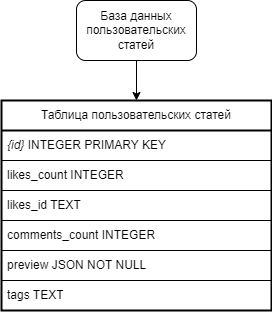
Earlier version of the draw.io export server/doc/source/images/articles.drawio.png (abnormalize0/DailyTeleFrog). Source tidied: cells renumbered, new cells last; positions are measured from the earlier drawing's top-left corner, leaving out a move shared by most shapes. Its diagram source:
```xml
<mxGraphModel>
  <root>
    <mxCell id="0" />
    <mxCell id="1" parent="0" />
    <mxCell id="2" style="edgeStyle=orthogonalEdgeStyle;rounded=0;jettySize=auto;html=1;exitX=0.5;exitY=1;exitDx=0;exitDy=0;entryX=0.5;entryY=0;entryDx=0;entryDy=0;" parent="1" edge="1" source="3" target="4">
      <mxGeometry relative="1" as="geometry" />
    </mxCell>
    <mxCell id="3" value="База данных пользовательских статей" style="rounded=1;whiteSpace=wrap;html=1;" parent="1" vertex="1">
      <mxGeometry x="75" width="120" height="60" as="geometry" />
    </mxCell>
    <mxCell id="4" value="Таблица пользовательских статей" style="swimlane;fontStyle=0;horizontal=1;startSize=30;whiteSpace=wrap;html=1;swimlaneLine=1;glass=0;strokeWidth=2;" parent="1" vertex="1">
      <mxGeometry y="100" width="270" height="210" as="geometry" />
    </mxCell>
    <mxCell id="5" value="&lt;i&gt;{id}&lt;/i&gt; INTEGER PRIMARY KEY" style="text;strokeColor=default;fillColor=none;align=left;verticalAlign=middle;spacingLeft=4;spacingRight=4;overflow=hidden;whiteSpace=wrap;html=1;labelBorderColor=none;" parent="4" vertex="1">
      <mxGeometry y="30" width="270" height="30" as="geometry" />
    </mxCell>
    <mxCell id="6" value="likes_count INTEGER" style="text;strokeColor=default;fillColor=none;align=left;verticalAlign=middle;spacingLeft=4;spacingRight=4;overflow=hidden;whiteSpace=wrap;html=1;" parent="4" vertex="1">
      <mxGeometry y="60" width="270" height="30" as="geometry" />
    </mxCell>
    <mxCell id="7" value="likes_id TEXT" style="text;strokeColor=default;fillColor=none;align=left;verticalAlign=middle;spacingLeft=4;spacingRight=4;overflow=hidden;whiteSpace=wrap;html=1;" parent="4" vertex="1">
      <mxGeometry y="90" width="270" height="30" as="geometry" />
    </mxCell>
    <mxCell id="8" value="comments_count INTEGER" style="text;strokeColor=default;fillColor=none;align=left;verticalAlign=middle;spacingLeft=4;spacingRight=4;overflow=hidden;whiteSpace=wrap;html=1;" parent="4" vertex="1">
      <mxGeometry y="120" width="270" height="30" as="geometry" />
    </mxCell>
    <mxCell id="9" value="preview JSON NOT NULL" style="text;strokeColor=default;fillColor=none;align=left;verticalAlign=middle;spacingLeft=4;spacingRight=4;overflow=hidden;whiteSpace=wrap;html=1;" parent="4" vertex="1">
      <mxGeometry y="150" width="270" height="30" as="geometry" />
    </mxCell>
    <mxCell id="10" value="tags TEXT" style="text;strokeColor=default;fillColor=none;align=left;verticalAlign=middle;spacingLeft=4;spacingRight=4;overflow=hidden;whiteSpace=wrap;html=1;" parent="4" vertex="1">
      <mxGeometry y="180" width="270" height="30" as="geometry" />
    </mxCell>
  </root>
</mxGraphModel>
```
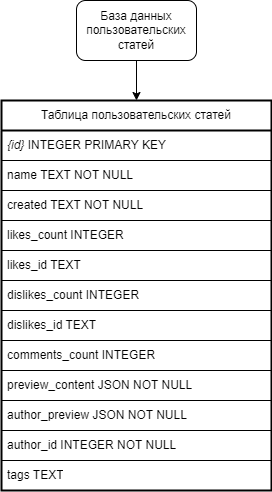
The same file after the commit.

Diff of the diagram source:
```diff
@@ -9,25 +9,43 @@
       <mxGeometry x="75" width="120" height="60" as="geometry" />
     </mxCell>
     <mxCell id="4" value="Таблица пользовательских статей" style="swimlane;fontStyle=0;horizontal=1;startSize=30;whiteSpace=wrap;html=1;swimlaneLine=1;glass=0;strokeWidth=2;" parent="1" vertex="1">
-      <mxGeometry y="100" width="270" height="210" as="geometry" />
+      <mxGeometry y="100" width="270" height="390" as="geometry" />
     </mxCell>
     <mxCell id="5" value="&lt;i&gt;{id}&lt;/i&gt; INTEGER PRIMARY KEY" style="text;strokeColor=default;fillColor=none;align=left;verticalAlign=middle;spacingLeft=4;spacingRight=4;overflow=hidden;whiteSpace=wrap;html=1;labelBorderColor=none;" parent="4" vertex="1">
       <mxGeometry y="30" width="270" height="30" as="geometry" />
     </mxCell>
-    <mxCell id="6" value="likes_count INTEGER" style="text;strokeColor=default;fillColor=none;align=left;verticalAlign=middle;spacingLeft=4;spacingRight=4;overflow=hidden;whiteSpace=wrap;html=1;" parent="4" vertex="1">
+    <mxCell id="6" value="name TEXT NOT NULL" style="text;strokeColor=default;fillColor=none;align=left;verticalAlign=middle;spacingLeft=4;spacingRight=4;overflow=hidden;whiteSpace=wrap;html=1;" parent="4" vertex="1">
       <mxGeometry y="60" width="270" height="30" as="geometry" />
     </mxCell>
-    <mxCell id="7" value="likes_id TEXT" style="text;strokeColor=default;fillColor=none;align=left;verticalAlign=middle;spacingLeft=4;spacingRight=4;overflow=hidden;whiteSpace=wrap;html=1;" parent="4" vertex="1">
+    <mxCell id="7" value="created TEXT NOT NULL" style="text;strokeColor=default;fillColor=none;align=left;verticalAlign=middle;spacingLeft=4;spacingRight=4;overflow=hidden;whiteSpace=wrap;html=1;" parent="4" vertex="1">
       <mxGeometry y="90" width="270" height="30" as="geometry" />
     </mxCell>
-    <mxCell id="8" value="comments_count INTEGER" style="text;strokeColor=default;fillColor=none;align=left;verticalAlign=middle;spacingLeft=4;spacingRight=4;overflow=hidden;whiteSpace=wrap;html=1;" parent="4" vertex="1">
+    <mxCell id="8" value="likes_count INTEGER" style="text;strokeColor=default;fillColor=none;align=left;verticalAlign=middle;spacingLeft=4;spacingRight=4;overflow=hidden;whiteSpace=wrap;html=1;" parent="4" vertex="1">
       <mxGeometry y="120" width="270" height="30" as="geometry" />
     </mxCell>
-    <mxCell id="9" value="preview JSON NOT NULL" style="text;strokeColor=default;fillColor=none;align=left;verticalAlign=middle;spacingLeft=4;spacingRight=4;overflow=hidden;whiteSpace=wrap;html=1;" parent="4" vertex="1">
+    <mxCell id="9" value="likes_id TEXT" style="text;strokeColor=default;fillColor=none;align=left;verticalAlign=middle;spacingLeft=4;spacingRight=4;overflow=hidden;whiteSpace=wrap;html=1;" parent="4" vertex="1">
       <mxGeometry y="150" width="270" height="30" as="geometry" />
     </mxCell>
-    <mxCell id="10" value="tags TEXT" style="text;strokeColor=default;fillColor=none;align=left;verticalAlign=middle;spacingLeft=4;spacingRight=4;overflow=hidden;whiteSpace=wrap;html=1;" parent="4" vertex="1">
+    <mxCell id="10" value="dislikes_count INTEGER" style="text;strokeColor=default;fillColor=none;align=left;verticalAlign=middle;spacingLeft=4;spacingRight=4;overflow=hidden;whiteSpace=wrap;html=1;" parent="4" vertex="1">
       <mxGeometry y="180" width="270" height="30" as="geometry" />
     </mxCell>
+    <mxCell id="11" value="dislikes_id TEXT" style="text;strokeColor=default;fillColor=none;align=left;verticalAlign=middle;spacingLeft=4;spacingRight=4;overflow=hidden;whiteSpace=wrap;html=1;" parent="4" vertex="1">
+      <mxGeometry y="210" width="270" height="30" as="geometry" />
+    </mxCell>
+    <mxCell id="12" value="comments_count INTEGER" style="text;strokeColor=default;fillColor=none;align=left;verticalAlign=middle;spacingLeft=4;spacingRight=4;overflow=hidden;whiteSpace=wrap;html=1;" parent="4" vertex="1">
+      <mxGeometry y="240" width="270" height="30" as="geometry" />
+    </mxCell>
+    <mxCell id="13" value="preview_content JSON NOT NULL" style="text;strokeColor=default;fillColor=none;align=left;verticalAlign=middle;spacingLeft=4;spacingRight=4;overflow=hidden;whiteSpace=wrap;html=1;" parent="4" vertex="1">
+      <mxGeometry y="270" width="270" height="30" as="geometry" />
+    </mxCell>
+    <mxCell id="14" value="author_preview JSON NOT NULL" style="text;strokeColor=default;fillColor=none;align=left;verticalAlign=middle;spacingLeft=4;spacingRight=4;overflow=hidden;whiteSpace=wrap;html=1;" parent="4" vertex="1">
+      <mxGeometry y="300" width="270" height="30" as="geometry" />
+    </mxCell>
+    <mxCell id="15" value="author_id INTEGER NOT NULL" style="text;strokeColor=default;fillColor=none;align=left;verticalAlign=middle;spacingLeft=4;spacingRight=4;overflow=hidden;whiteSpace=wrap;html=1;" parent="4" vertex="1">
+      <mxGeometry y="330" width="270" height="30" as="geometry" />
+    </mxCell>
+    <mxCell id="16" value="tags TEXT" style="text;strokeColor=default;fillColor=none;align=left;verticalAlign=middle;spacingLeft=4;spacingRight=4;overflow=hidden;whiteSpace=wrap;html=1;" parent="4" vertex="1">
+      <mxGeometry y="360" width="270" height="30" as="geometry" />
+    </mxCell>
   </root>
 </mxGraphModel>
```
